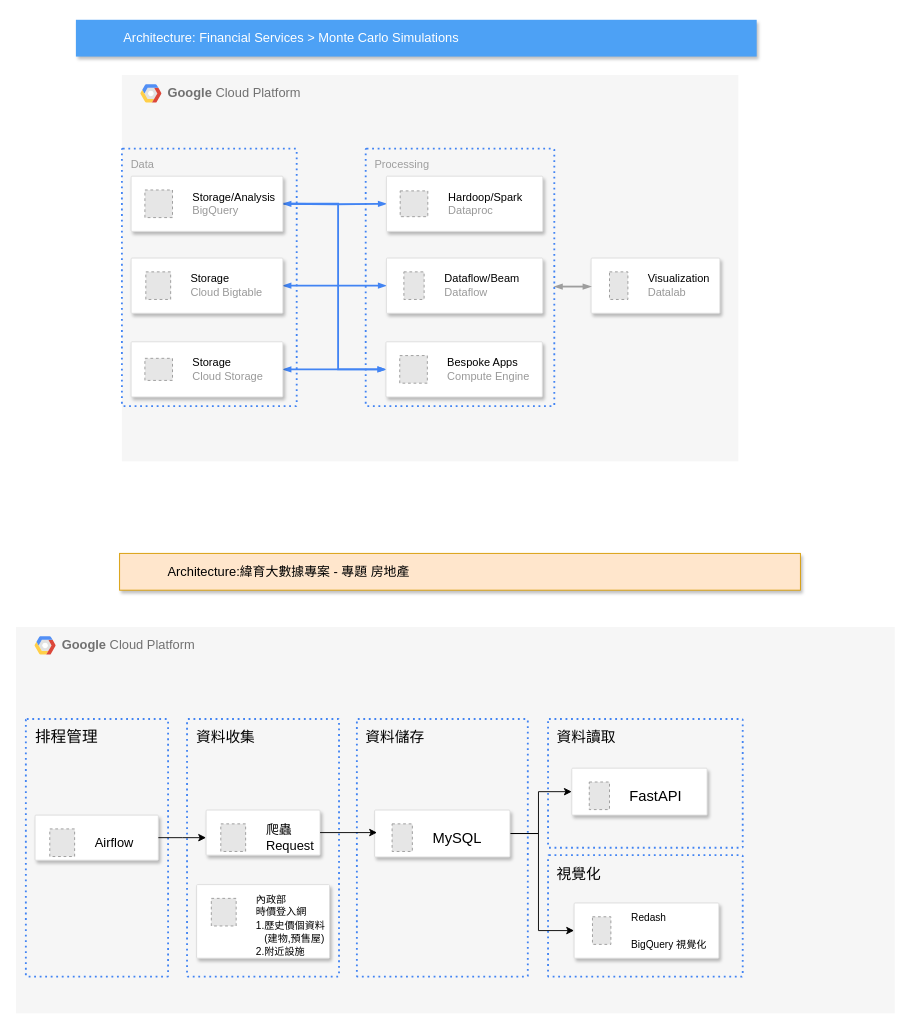
The draw.io diagram house0719.drawio in hua21099/housesproject, before the edit. Source tidied: cells renumbered, new cells numbered last; positions are measured from the earlier drawing's top-left corner, leaving out a move shared by most shapes. Both pictures are drawn from the tidied source at 92%, with x=0, y=0 at pixel (16, 19). Pictures stored in the file or linked from it are replaced by grey dashed boxes.
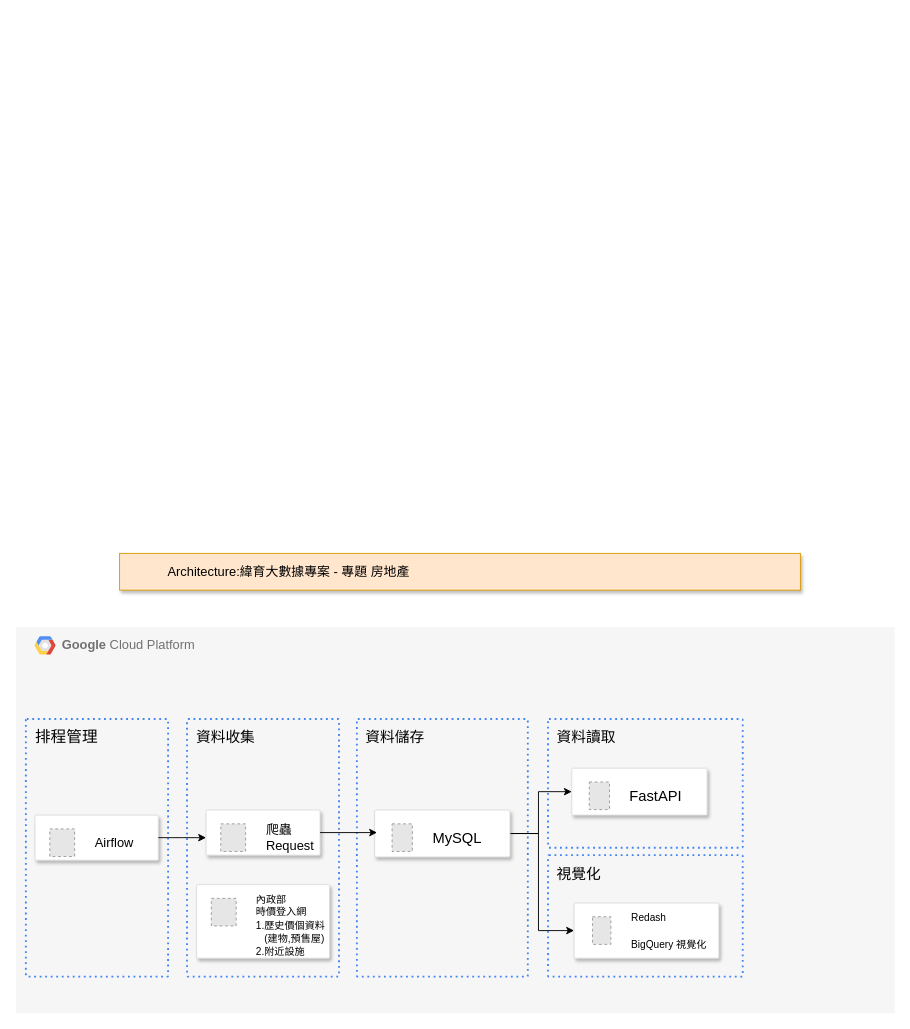
The same page after the edit.

The edit, as a diff of the source:
```diff
@@
-    <mxCell id="2" value="&lt;b&gt;Google &lt;/b&gt;Cloud Platform" style="fillColor=#F6F6F6;strokeColor=none;shadow=0;gradientColor=none;fontSize=14;align=left;spacing=10;fontColor=#717171;9E9E9E;verticalAlign=top;spacingTop=-4;fontStyle=0;spacingLeft=40;html=1;" parent="1" vertex="1">
-      <mxGeometry x="115" y="60" width="670" height="420" as="geometry" />
-    </mxCell>
-    <mxCell id="3" style="shape=mxgraph.gcp2.google_cloud_platform;fillColor=#F6F6F6;strokeColor=none;shadow=0;gradientColor=none;" parent="2" vertex="1">
-      <mxGeometry width="23" height="20" relative="1" as="geometry">
-        <mxPoint x="20" y="10" as="offset" />
-      </mxGeometry>
-    </mxCell>
-    <mxCell id="4" style="strokeColor=#dddddd;shadow=1;strokeWidth=1;rounded=1;absoluteArcSize=1;arcSize=2;" parent="2" vertex="1">
-      <mxGeometry x="510" y="199" width="140" height="60" as="geometry" />
-    </mxCell>
-    <mxCell id="5" value="&lt;font color=&quot;#000000&quot;&gt;Visualization&lt;/font&gt;&lt;br&gt;Datalab" style="fillColor=#E6E6E6;strokeColor=#999999;dashed=1;html=1;fontColor=#999999;verticalLabelPosition=middle;verticalAlign=middle;labelPosition=right;align=left;spacingLeft=20;" parent="4" vertex="1">
-      <mxGeometry width="20" height="30" relative="1" as="geometry">
-        <mxPoint x="20" y="15" as="offset" />
-      </mxGeometry>
-    </mxCell>
-    <mxCell id="6" value="Processing" style="rounded=1;absoluteArcSize=1;arcSize=2;html=1;strokeColor=#4284F3;gradientColor=none;shadow=0;dashed=1;fontSize=12;fontColor=#9E9E9E;align=left;verticalAlign=top;spacing=10;spacingTop=-4;fillColor=none;dashPattern=1 2;strokeWidth=2;" parent="1" vertex="1">
-      <mxGeometry x="380" y="140" width="205" height="280" as="geometry" />
-    </mxCell>
-    <mxCell id="7" value="Data" style="rounded=1;absoluteArcSize=1;arcSize=2;html=1;strokeColor=#4284F3;gradientColor=none;shadow=0;dashed=1;fontSize=12;fontColor=#9E9E9E;align=left;verticalAlign=top;spacing=10;spacingTop=-4;fillColor=none;dashPattern=1 2;strokeWidth=2;" parent="1" vertex="1">
-      <mxGeometry x="115" y="140" width="190" height="280" as="geometry" />
-    </mxCell>
-    <mxCell id="8" value="Architecture: Financial Services &amp;gt; Monte Carlo Simulations" style="fillColor=#4DA1F5;strokeColor=none;shadow=1;gradientColor=none;fontSize=14;align=left;spacingLeft=50;fontColor=#ffffff;html=1;" parent="1" vertex="1">
-      <mxGeometry x="65" width="740" height="40" as="geometry" />
-    </mxCell>
-    <mxCell id="9" style="edgeStyle=orthogonalEdgeStyle;rounded=0;html=1;labelBackgroundColor=none;startFill=1;startSize=4;endArrow=blockThin;endFill=1;endSize=4;jettySize=auto;strokeColor=#4284F3;strokeWidth=2;fontSize=12;fontColor=#000000;align=center;dashed=0;startArrow=blockThin;" parent="1" edge="1" source="16" target="22">
-      <mxGeometry relative="1" as="geometry" />
-    </mxCell>
-    <mxCell id="10" style="edgeStyle=orthogonalEdgeStyle;rounded=0;html=1;labelBackgroundColor=none;startFill=1;startSize=4;endArrow=blockThin;endFill=1;endSize=4;jettySize=auto;strokeColor=#4284F3;strokeWidth=2;fontSize=12;fontColor=#000000;align=center;dashed=0;startArrow=blockThin;" parent="1" edge="1" source="18" target="24">
-      <mxGeometry relative="1" as="geometry" />
-    </mxCell>
-    <mxCell id="11" style="edgeStyle=orthogonalEdgeStyle;rounded=0;html=1;labelBackgroundColor=none;startFill=1;startSize=4;endArrow=blockThin;endFill=1;endSize=4;jettySize=auto;strokeColor=#9E9E9E;strokeWidth=2;fontSize=12;fontColor=#000000;align=center;dashed=0;startArrow=blockThin;" parent="1" edge="1" source="6" target="4">
-      <mxGeometry relative="1" as="geometry">
-        <Array as="points">
-          <mxPoint x="605" y="290" />
-          <mxPoint x="605" y="290" />
-        </Array>
-      </mxGeometry>
-    </mxCell>
-    <mxCell id="12" style="edgeStyle=orthogonalEdgeStyle;rounded=0;html=1;labelBackgroundColor=none;startFill=1;startSize=4;endArrow=blockThin;endFill=1;endSize=4;jettySize=auto;strokeColor=#4284F3;strokeWidth=2;fontSize=12;fontColor=#000000;align=center;dashed=0;" parent="1" edge="1" target="20">
-      <mxGeometry relative="1" as="geometry">
-        <mxPoint x="290" y="200" as="sourcePoint" />
-      </mxGeometry>
-    </mxCell>
-    <mxCell id="13" style="edgeStyle=orthogonalEdgeStyle;rounded=0;html=1;labelBackgroundColor=none;startFill=1;startSize=4;endArrow=blockThin;endFill=1;endSize=4;jettySize=auto;strokeColor=#4284F3;strokeWidth=2;fontSize=12;fontColor=#000000;align=center;dashed=0;startArrow=blockThin;" parent="1" edge="1" source="14" target="24">
-      <mxGeometry relative="1" as="geometry">
-        <Array as="points">
-          <mxPoint x="350" y="200" />
-          <mxPoint x="350" y="380" />
-        </Array>
-      </mxGeometry>
-    </mxCell>
-    <mxCell id="14" style="strokeColor=#dddddd;shadow=1;strokeWidth=1;rounded=1;absoluteArcSize=1;arcSize=2;" parent="1" vertex="1">
-      <mxGeometry x="125" y="170" width="165" height="60" as="geometry" />
-    </mxCell>
-    <mxCell id="15" value="&lt;font color=&quot;#000000&quot;&gt;Storage/Analysis&lt;/font&gt;&lt;br&gt;BigQuery" style="fillColor=#E6E6E6;strokeColor=#999999;dashed=1;html=1;fontColor=#999999;verticalLabelPosition=middle;verticalAlign=middle;labelPosition=right;align=left;spacingLeft=20;" parent="14" vertex="1">
-      <mxGeometry width="30" height="30" relative="1" as="geometry">
-        <mxPoint x="15" y="15" as="offset" />
-      </mxGeometry>
-    </mxCell>
-    <mxCell id="16" style="strokeColor=#dddddd;shadow=1;strokeWidth=1;rounded=1;absoluteArcSize=1;arcSize=2;" parent="1" vertex="1">
-      <mxGeometry x="125" y="259" width="165" height="60" as="geometry" />
-    </mxCell>
-    <mxCell id="17" value="&lt;font color=&quot;#000000&quot;&gt;Storage&lt;/font&gt;&lt;br&gt;Cloud Bigtable" style="fillColor=#E6E6E6;strokeColor=#999999;dashed=1;html=1;fontColor=#999999;verticalLabelPosition=middle;verticalAlign=middle;labelPosition=right;align=left;spacingLeft=20;" parent="16" vertex="1">
-      <mxGeometry width="27" height="30" relative="1" as="geometry">
-        <mxPoint x="16" y="15" as="offset" />
-      </mxGeometry>
-    </mxCell>
-    <mxCell id="18" style="strokeColor=#dddddd;shadow=1;strokeWidth=1;rounded=1;absoluteArcSize=1;arcSize=2;" parent="1" vertex="1">
-      <mxGeometry x="125" y="350" width="165" height="60" as="geometry" />
-    </mxCell>
-    <mxCell id="19" value="&lt;font color=&quot;#000000&quot;&gt;Storage&lt;/font&gt;&lt;br&gt;Cloud Storage" style="fillColor=#E6E6E6;strokeColor=#999999;dashed=1;html=1;fontColor=#999999;verticalLabelPosition=middle;verticalAlign=middle;labelPosition=right;align=left;spacingLeft=20;" parent="18" vertex="1">
-      <mxGeometry width="30" height="24" relative="1" as="geometry">
-        <mxPoint x="15" y="18" as="offset" />
-      </mxGeometry>
-    </mxCell>
-    <mxCell id="20" style="strokeColor=#dddddd;shadow=1;strokeWidth=1;rounded=1;absoluteArcSize=1;arcSize=2;" parent="1" vertex="1">
-      <mxGeometry x="402.5" y="170" width="170" height="60" as="geometry" />
-    </mxCell>
-    <mxCell id="21" value="&lt;font color=&quot;#000000&quot;&gt;Hardoop/Spark&lt;/font&gt;&lt;br&gt;Dataproc" style="fillColor=#E6E6E6;strokeColor=#999999;dashed=1;html=1;fontColor=#999999;verticalLabelPosition=middle;verticalAlign=middle;labelPosition=right;align=left;spacingLeft=20;" parent="20" vertex="1">
-      <mxGeometry width="30" height="28" relative="1" as="geometry">
-        <mxPoint x="15" y="16" as="offset" />
-      </mxGeometry>
-    </mxCell>
-    <mxCell id="22" style="strokeColor=#dddddd;shadow=1;strokeWidth=1;rounded=1;absoluteArcSize=1;arcSize=2;" parent="1" vertex="1">
-      <mxGeometry x="402.5" y="259" width="170" height="60" as="geometry" />
-    </mxCell>
-    <mxCell id="23" value="&lt;font color=&quot;#000000&quot;&gt;Dataflow/Beam&lt;/font&gt;&lt;br&gt;Dataflow" style="fillColor=#E6E6E6;strokeColor=#999999;dashed=1;html=1;fontColor=#999999;verticalLabelPosition=middle;verticalAlign=middle;labelPosition=right;align=left;spacingLeft=20;" parent="22" vertex="1">
-      <mxGeometry width="22" height="30" relative="1" as="geometry">
-        <mxPoint x="19" y="15" as="offset" />
-      </mxGeometry>
-    </mxCell>
-    <mxCell id="24" style="strokeColor=#dddddd;shadow=1;strokeWidth=1;rounded=1;absoluteArcSize=1;arcSize=2;" parent="1" vertex="1">
-      <mxGeometry x="402" y="350" width="170" height="60" as="geometry" />
-    </mxCell>
-    <mxCell id="25" value="&lt;font color=&quot;#000000&quot;&gt;Bespoke Apps&lt;/font&gt;&lt;br&gt;Compute Engine" style="fillColor=#E6E6E6;strokeColor=#999999;dashed=1;html=1;fontColor=#999999;verticalLabelPosition=middle;verticalAlign=middle;labelPosition=right;align=left;spacingLeft=20;" parent="24" vertex="1">
-      <mxGeometry width="30" height="30" relative="1" as="geometry">
-        <mxPoint x="15" y="15" as="offset" />
-      </mxGeometry>
-    </mxCell>
```
